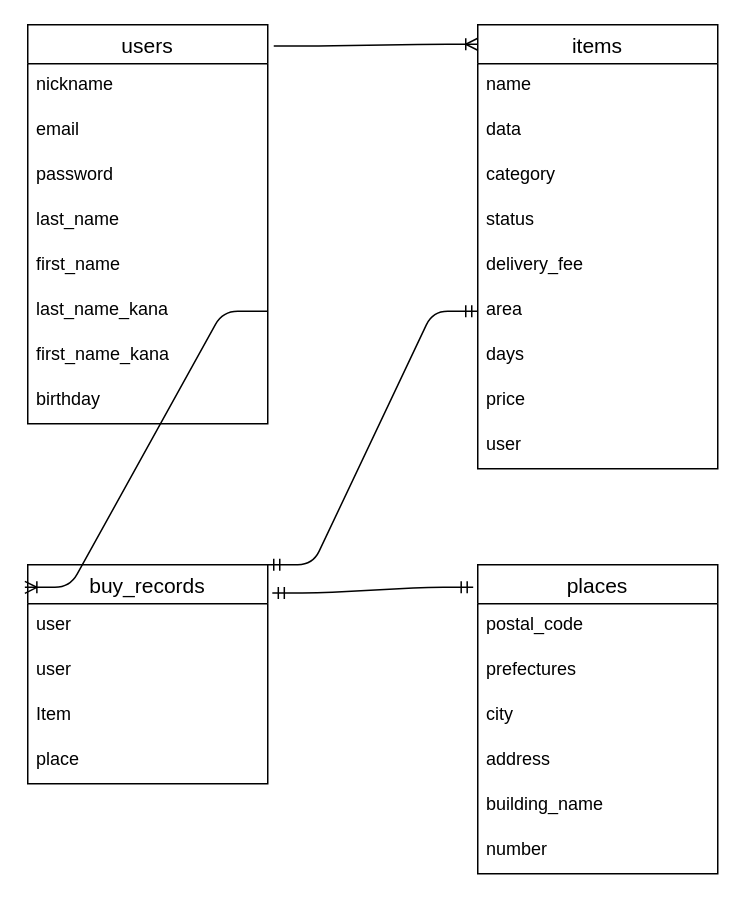
Earlier version of the draw.io diagram first.dio (msms0227/furima-32090). Source tidied: cells renumbered, new cells numbered last; positions are measured from the earlier drawing's top-left corner, leaving out a move shared by most shapes. Both pictures are drawn from the tidied source at 150%, with x=0, y=0 at pixel (27, 24).
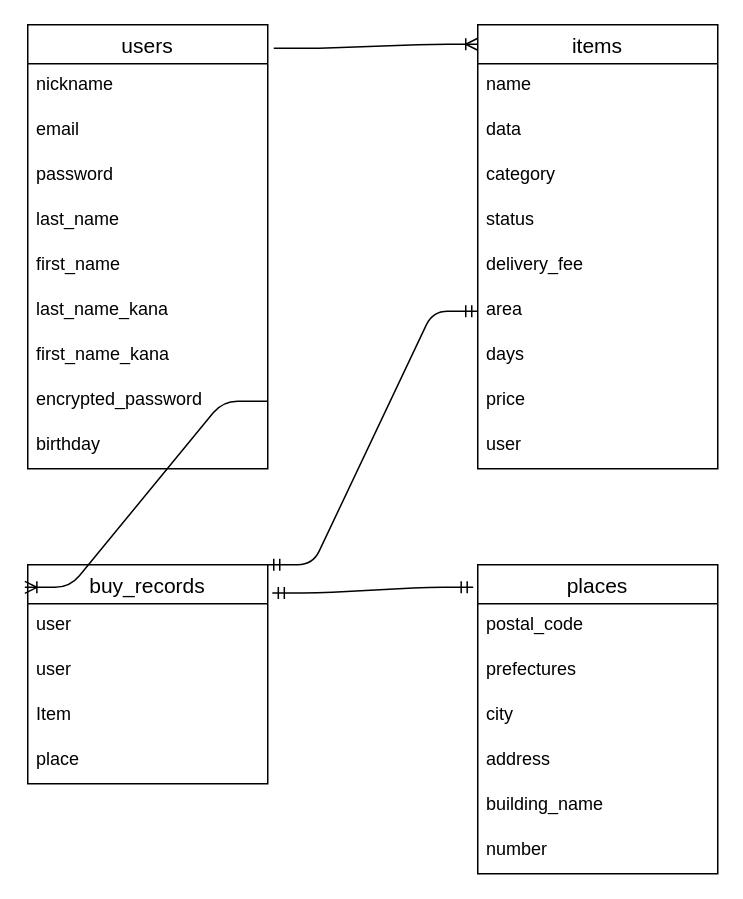
After the change.

Commit message (it also covers changes not shown here):
データベース設計２

The change refers to these unchanged cells:
```xml
<mxCell id="2" value="buy_records" style="swimlane;fontStyle=0;horizontal=1;startSize=26;align=center;fontSize=14;" parent="1" vertex="1">
  <mxGeometry y="360" width="160" height="146" as="geometry" />
</mxCell>
<mxCell id="13" value="last_name_kana" style="text;strokeColor=none;fillColor=none;spacingLeft=4;spacingRight=4;overflow=hidden;points=[[0,0.5],[1,0.5]];portConstraint=eastwest;fontSize=12;" parent="7" vertex="1">
  <mxGeometry y="176" width="160" height="30" as="geometry" />
</mxCell>
```

The edit, as a diff of the source:
```diff
@@
     <mxCell id="7" value="users" style="swimlane;fontStyle=0;horizontal=1;startSize=26;align=center;fontSize=14;" parent="1" vertex="1">
-      <mxGeometry width="160" height="266" as="geometry" />
+      <mxGeometry width="160" height="296" as="geometry" />
     </mxCell>
@@
+    <mxCell id="37" value="encrypted_password" style="text;strokeColor=none;fillColor=none;spacingLeft=4;spacingRight=4;overflow=hidden;points=[[0,0.5],[1,0.5]];portConstraint=eastwest;fontSize=12;" parent="7" vertex="1">
+      <mxGeometry y="236" width="160" height="30" as="geometry" />
+    </mxCell>
     <mxCell id="15" value="birthday" style="text;strokeColor=none;fillColor=none;spacingLeft=4;spacingRight=4;overflow=hidden;fontSize=12;" parent="7" vertex="1">
-      <mxGeometry y="236" width="160" height="30" as="geometry" />
+      <mxGeometry y="266" width="160" height="30" as="geometry" />
     </mxCell>
@@
-    <mxCell id="35" style="edgeStyle=entityRelationEdgeStyle;fontSize=12;html=1;endArrow=ERoneToMany;exitX=1;exitY=0.5;exitDx=0;exitDy=0;entryX=-0.012;entryY=0.103;entryDx=0;entryDy=0;entryPerimeter=0;" parent="1" edge="1" source="13" target="2">
+    <mxCell id="35" style="edgeStyle=entityRelationEdgeStyle;fontSize=12;html=1;endArrow=ERoneToMany;exitX=1;exitY=0.5;exitDx=0;exitDy=0;entryX=-0.012;entryY=0.103;entryDx=0;entryDy=0;entryPerimeter=0;" parent="1" edge="1" source="37" target="2">
       <mxGeometry relative="1" as="geometry" />
     </mxCell>
```
